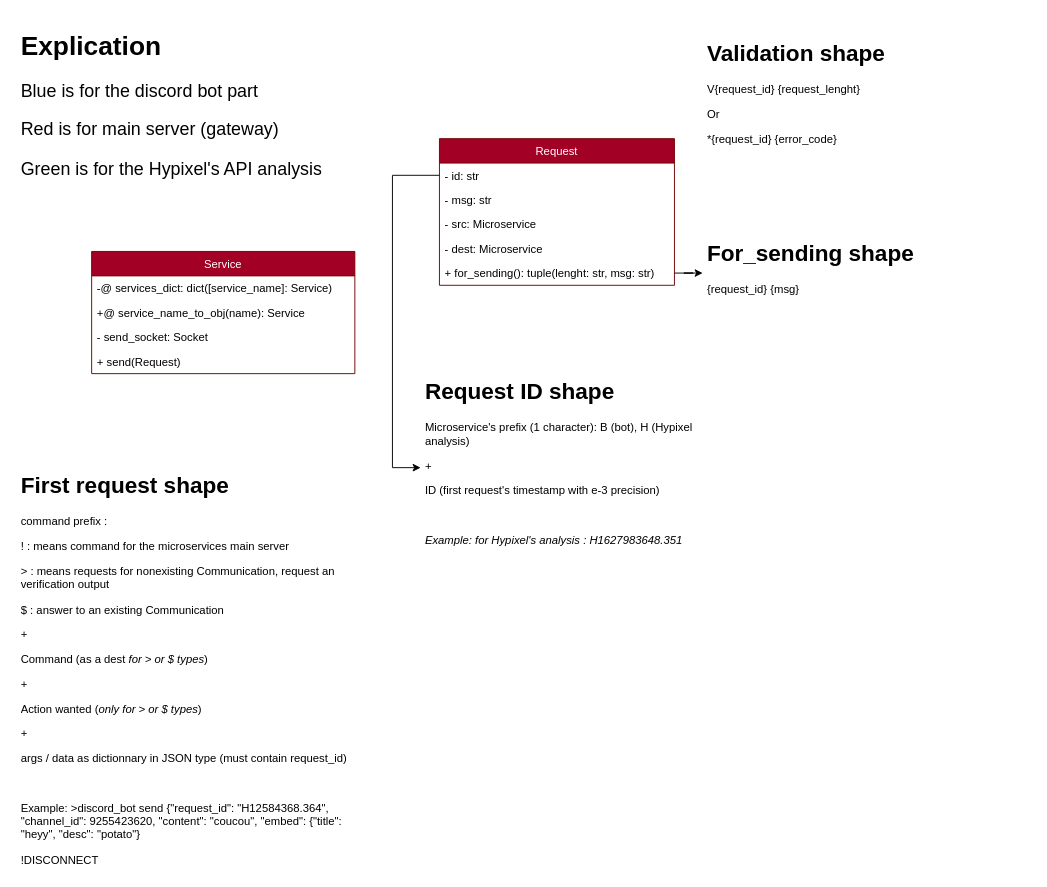
LupyXev/auction-bot-rewrite keeps this draw.io diagram as page "obj services" (5 of 6) of auction bot global architecture.drawio. Above is the earlier version. Source tidied: cells renumbered, new cells numbered last; positions are measured from the earlier drawing's top-left corner, leaving out a move shared by most shapes. Both pictures are drawn from the tidied source at 94%, with x=0, y=0 at pixel (16, 25).
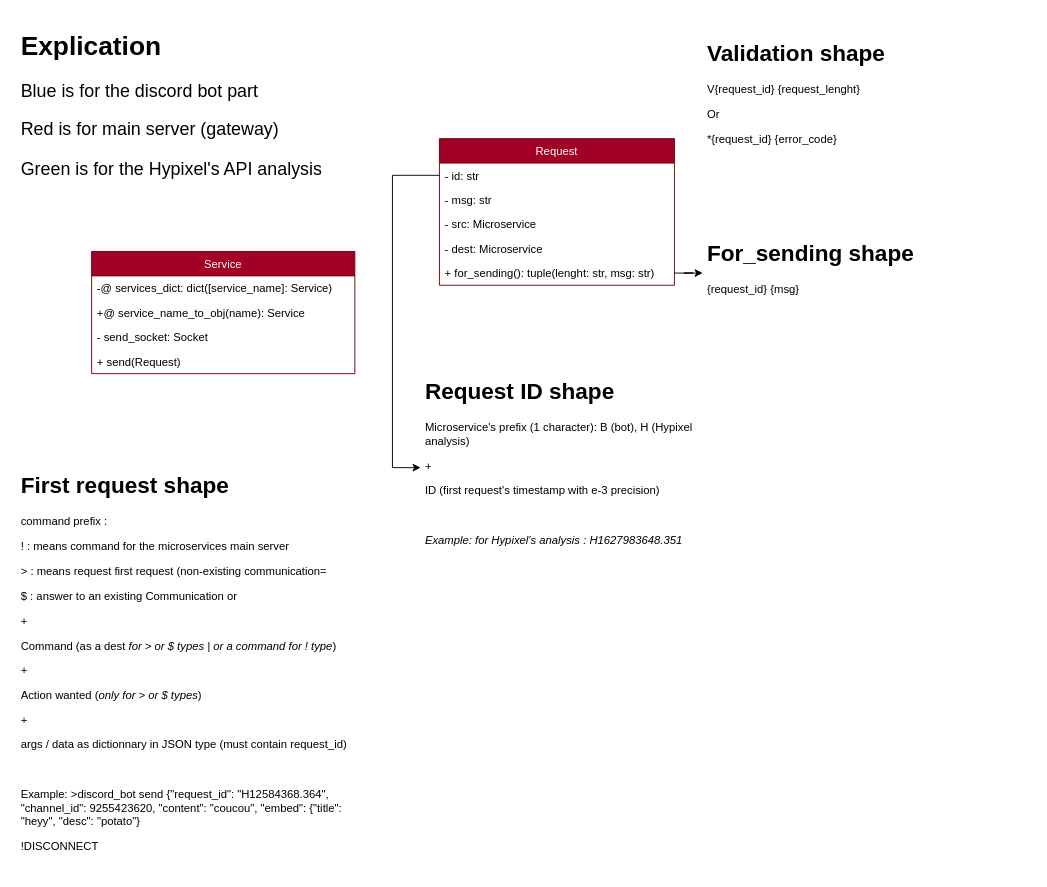
The same page after the edit.

Diff of the diagram source:
```diff
@@
-    <mxCell id="19" value="&lt;h1&gt;First request shape&lt;/h1&gt;&lt;p&gt;command prefix :&amp;nbsp;&lt;/p&gt;&lt;p&gt;&lt;span&gt;! : means command for the microservices main server&lt;/span&gt;&lt;/p&gt;&lt;p&gt;&lt;span&gt;&amp;gt; : means requests for nonexisting Communication, request an verification output&lt;/span&gt;&lt;/p&gt;&lt;p&gt;$ : answer to an existing Communication&lt;/p&gt;&lt;p&gt;+&lt;/p&gt;&lt;p&gt;Command (as a dest &lt;i&gt;for &amp;gt; or $ types&lt;/i&gt;)&lt;/p&gt;&lt;p&gt;+&lt;/p&gt;&lt;p&gt;Action wanted (&lt;i&gt;only for &amp;gt; or $ types&lt;/i&gt;)&lt;/p&gt;&lt;p&gt;+&lt;/p&gt;&lt;p&gt;args / data as dictionnary in JSON type (must contain request_id)&lt;/p&gt;&lt;p&gt;&lt;br&gt;&lt;/p&gt;&lt;p&gt;Example: &amp;gt;discord_bot send {&quot;request_id&quot;: &quot;H12584368.364&quot;, &quot;channel_id&quot;: 9255423620, &quot;content&quot;: &quot;coucou&quot;, &quot;embed&quot;: {&quot;title&quot;: &quot;heyy&quot;, &quot;desc&quot;: &quot;potato&quot;}&lt;/p&gt;&lt;p&gt;!DISCONNECT&lt;/p&gt;" style="text;html=1;strokeColor=none;fillColor=none;spacing=5;spacingTop=-20;whiteSpace=wrap;overflow=hidden;rounded=0;" parent="1" vertex="1">
+    <mxCell id="19" value="&lt;h1&gt;First request shape&lt;/h1&gt;&lt;p&gt;command prefix :&amp;nbsp;&lt;/p&gt;&lt;p&gt;&lt;span&gt;! : means command for the microservices main server&lt;/span&gt;&lt;/p&gt;&lt;p&gt;&lt;span&gt;&amp;gt; : means request first request (non-existing communication=&lt;/span&gt;&lt;/p&gt;&lt;p&gt;$ : answer to an existing Communication or&lt;/p&gt;&lt;p&gt;+&lt;/p&gt;&lt;p&gt;Command (as a dest &lt;i&gt;for &amp;gt; or $ types | or a command for ! type&lt;/i&gt;)&lt;/p&gt;&lt;p&gt;+&lt;/p&gt;&lt;p&gt;Action wanted (&lt;i&gt;only for &amp;gt; or $ types&lt;/i&gt;)&lt;/p&gt;&lt;p&gt;+&lt;/p&gt;&lt;p&gt;args / data as dictionnary in JSON type (must contain request_id)&lt;/p&gt;&lt;p&gt;&lt;br&gt;&lt;/p&gt;&lt;p&gt;Example: &amp;gt;discord_bot send {&quot;request_id&quot;: &quot;H12584368.364&quot;, &quot;channel_id&quot;: 9255423620, &quot;content&quot;: &quot;coucou&quot;, &quot;embed&quot;: {&quot;title&quot;: &quot;heyy&quot;, &quot;desc&quot;: &quot;potato&quot;}&lt;/p&gt;&lt;p&gt;!DISCONNECT&lt;/p&gt;" style="text;html=1;strokeColor=none;fillColor=none;spacing=5;spacingTop=-20;whiteSpace=wrap;overflow=hidden;rounded=0;" parent="1" vertex="1">
       <mxGeometry y="470" width="370" height="430" as="geometry" />
     </mxCell>
```
